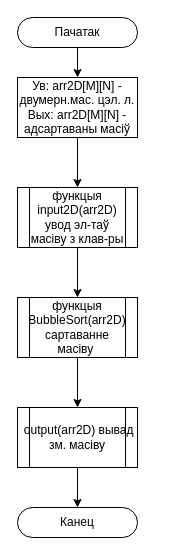
Before: laba3/ghost/laba3.drawio in chibixar/CBSUIR, a draw.io diagram. Source tidied: cells renumbered, new cells numbered last; positions are measured from the earlier drawing's top-left corner, leaving out a move shared by most shapes. Both pictures are drawn from the tidied source at 100%, with x=0, y=0 at pixel (17, 17).
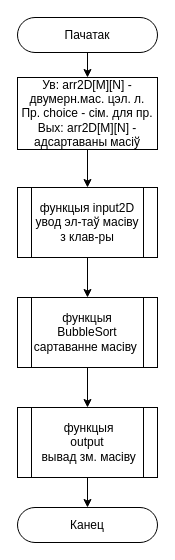
The same page after the edit.

The edit, as a diff of the source:
```diff
@@
 <mxGraphModel>
   <root>
     <mxCell id="0" />
     <mxCell id="1" parent="0" />
     <mxCell id="2" style="edgeStyle=orthogonalEdgeStyle;rounded=0;jettySize=auto;html=1;" parent="1" edge="1" source="3" target="11">
       <mxGeometry relative="1" as="geometry" />
     </mxCell>
     <mxCell id="3" value="Пачатак" style="rounded=1;whiteSpace=wrap;html=1;arcSize=50;" parent="1" vertex="1">
-      <mxGeometry width="120" height="30" as="geometry" />
+      <mxGeometry width="140" height="35" as="geometry" />
     </mxCell>
     <mxCell id="4" style="edgeStyle=orthogonalEdgeStyle;rounded=0;jettySize=auto;html=1;" parent="1" edge="1" source="5" target="12">
       <mxGeometry relative="1" as="geometry" />
     </mxCell>
-    <mxCell id="5" value="&lt;div style=&quot;&quot;&gt;&lt;font&gt;&lt;span style=&quot;background-color: transparent; color: light-dark(rgb(0, 0, 0), rgb(255, 255, 255));&quot;&gt;&amp;nbsp;output(arr2D)&amp;nbsp;&lt;/span&gt;&lt;span style=&quot;background-color: transparent; color: light-dark(rgb(0, 0, 0), rgb(255, 255, 255));&quot;&gt;вывад зм. масіву&lt;/span&gt;&lt;/font&gt;&lt;/div&gt;" style="shape=process;whiteSpace=wrap;html=1;backgroundOutline=1;align=center;" parent="1" vertex="1">
-      <mxGeometry y="390" width="120" height="60" as="geometry" />
+    <mxCell id="5" value="&lt;div style=&quot;&quot;&gt;&lt;font&gt;&lt;span style=&quot;background-color: transparent; color: light-dark(rgb(0, 0, 0), rgb(255, 255, 255));&quot;&gt;&amp;nbsp;функцыя&lt;/span&gt;&lt;/font&gt;&lt;/div&gt;&lt;div style=&quot;&quot;&gt;&lt;span style=&quot;background-color: transparent; color: light-dark(rgb(0, 0, 0), rgb(255, 255, 255));&quot;&gt;output&lt;/span&gt;&lt;/div&gt;&lt;div style=&quot;&quot;&gt;&lt;span style=&quot;background-color: transparent; color: light-dark(rgb(0, 0, 0), rgb(255, 255, 255));&quot;&gt;&amp;nbsp;&lt;/span&gt;&lt;span style=&quot;background-color: transparent; color: light-dark(rgb(0, 0, 0), rgb(255, 255, 255));&quot;&gt;вывад зм. масіву&lt;/span&gt;&lt;/div&gt;" style="shape=process;whiteSpace=wrap;html=1;backgroundOutline=1;align=center;" parent="1" vertex="1">
+      <mxGeometry y="390" width="140" height="70" as="geometry" />
     </mxCell>
     <mxCell id="6" style="edgeStyle=orthogonalEdgeStyle;rounded=0;jettySize=auto;html=1;" parent="1" edge="1" source="7" target="9">
       <mxGeometry relative="1" as="geometry" />
     </mxCell>
-    <mxCell id="7" value="функцыя input2D(arr2D)&lt;div&gt;увод эл-таў масіву з клав-ры&lt;/div&gt;" style="shape=process;whiteSpace=wrap;html=1;backgroundOutline=1;" parent="1" vertex="1">
-      <mxGeometry y="170" width="120" height="60" as="geometry" />
+    <mxCell id="7" value="функцыя input2D&lt;div&gt;увод эл-таў масіву з клав-ры&lt;/div&gt;" style="shape=process;whiteSpace=wrap;html=1;backgroundOutline=1;" parent="1" vertex="1">
+      <mxGeometry y="170" width="140" height="70" as="geometry" />
     </mxCell>
     <mxCell id="8" style="edgeStyle=orthogonalEdgeStyle;rounded=0;jettySize=auto;html=1;" parent="1" edge="1" source="9" target="5">
       <mxGeometry relative="1" as="geometry" />
     </mxCell>
-    <mxCell id="9" value="функцыя BubbleSort(arr2D)&lt;div&gt;сартаванне масіву&amp;nbsp;&lt;/div&gt;" style="shape=process;whiteSpace=wrap;html=1;backgroundOutline=1;" parent="1" vertex="1">
-      <mxGeometry y="280" width="120" height="60" as="geometry" />
+    <mxCell id="9" value="функцыя BubbleSort&lt;div&gt;сартаванне масіву&amp;nbsp;&lt;/div&gt;" style="shape=process;whiteSpace=wrap;html=1;backgroundOutline=1;" parent="1" vertex="1">
+      <mxGeometry y="280" width="140" height="70" as="geometry" />
     </mxCell>
     <mxCell id="10" style="edgeStyle=orthogonalEdgeStyle;rounded=0;jettySize=auto;html=1;" parent="1" edge="1" source="11" target="7">
       <mxGeometry relative="1" as="geometry" />
     </mxCell>
-    <mxCell id="11" value="Ув: arr2D[M][N] - двумерн.мас. цэл. л.&lt;div&gt;Вых: arr2D[M][N] - адсартаваны масіў&lt;/div&gt;" style="rounded=0;whiteSpace=wrap;html=1;" parent="1" vertex="1">
-      <mxGeometry y="60" width="120" height="60" as="geometry" />
+    <mxCell id="11" value="Ув: arr2D[M][N] - двумерн.мас. цэл. л.&lt;div&gt;Пр. choice - сім. для пр.&lt;br&gt;&lt;div&gt;Вых: arr2D[M][N] - адсартаваны масіў&lt;/div&gt;&lt;/div&gt;" style="rounded=0;whiteSpace=wrap;html=1;" parent="1" vertex="1">
+      <mxGeometry y="60" width="140" height="72" as="geometry" />
     </mxCell>
     <mxCell id="12" value="Канец" style="rounded=1;whiteSpace=wrap;html=1;arcSize=50;" parent="1" vertex="1">
-      <mxGeometry y="490" width="120" height="30" as="geometry" />
+      <mxGeometry y="490" width="140" height="35" as="geometry" />
     </mxCell>
   </root>
 </mxGraphModel>
```
